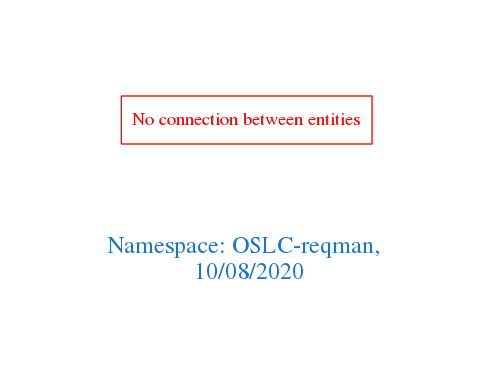
Before: downloads/OSLC-reqman.png, a diagram exported from Graphviz (arago/OGIT). Its source is kept beside it as downloads/OSLC-reqman.dot.
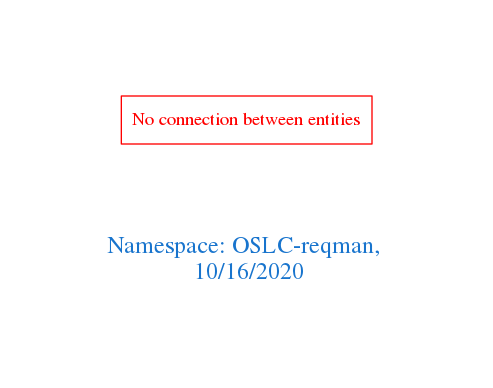
Above is the later version.

Diff of the diagram source:
```diff
@@ -1,7 +1,7 @@
 digraph OGIT_ontology {
  graph [ rankdir= LR,pad=1
 fontsize = 18,
-fontcolor= dodgerblue3,label = "\n\n\nNamespace: OSLC-reqman, \n 10/08/2020"];
+fontcolor= dodgerblue3,label = "\n\n\nNamespace: OSLC-reqman, \n 10/16/2020"];
 node[shape=polygon];
 edge [  color="gray81"];
 
```
